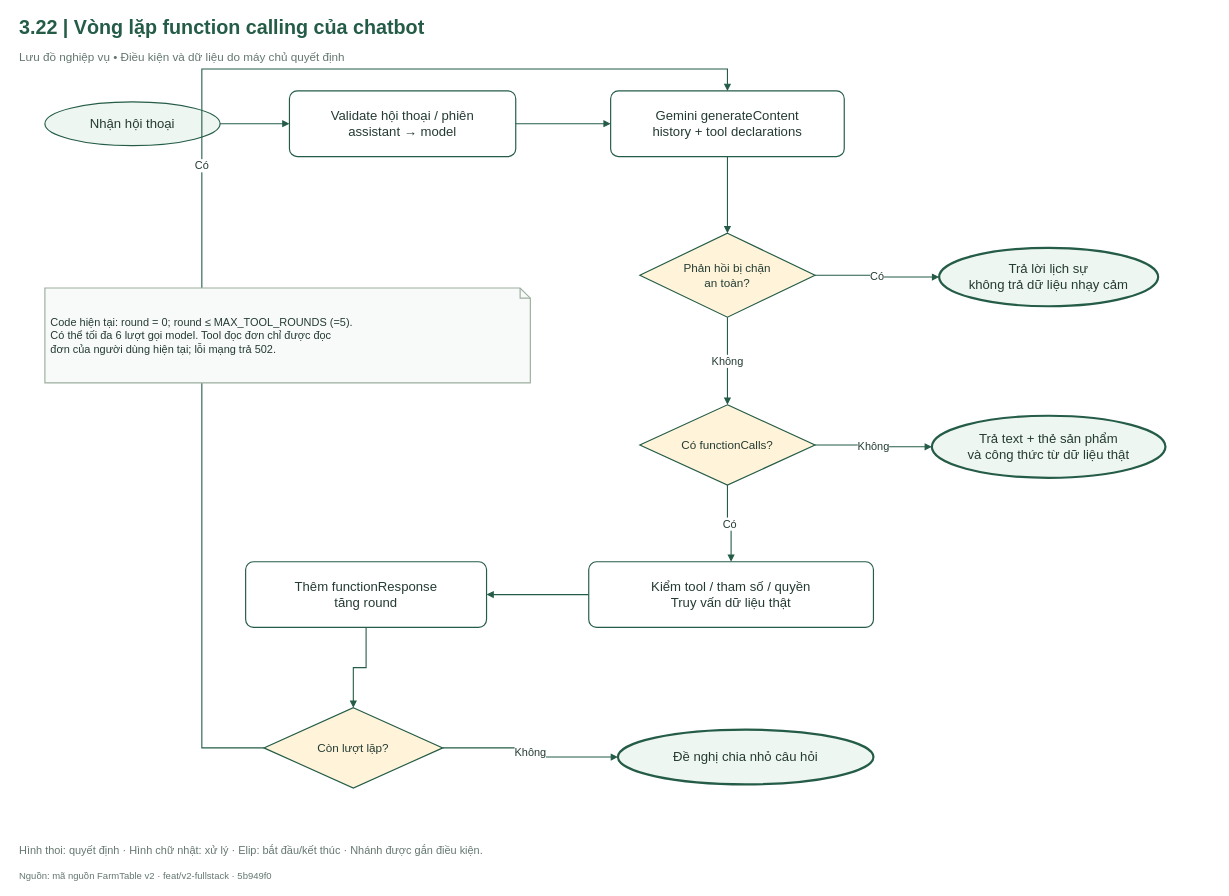
This is FarmTable_Chuong3/So_do_BA/drawio/Hinh_3_22.drawio from hathu1272006-eng/PTWnangcao, a draw.io file, before an edit. Source tidied: cells renumbered, new cells numbered last; positions are measured from the earlier drawing's top-left corner, leaving out a move shared by most shapes. Both pictures are drawn from the tidied source at 73%, with x=0, y=0 at pixel (19, 12).
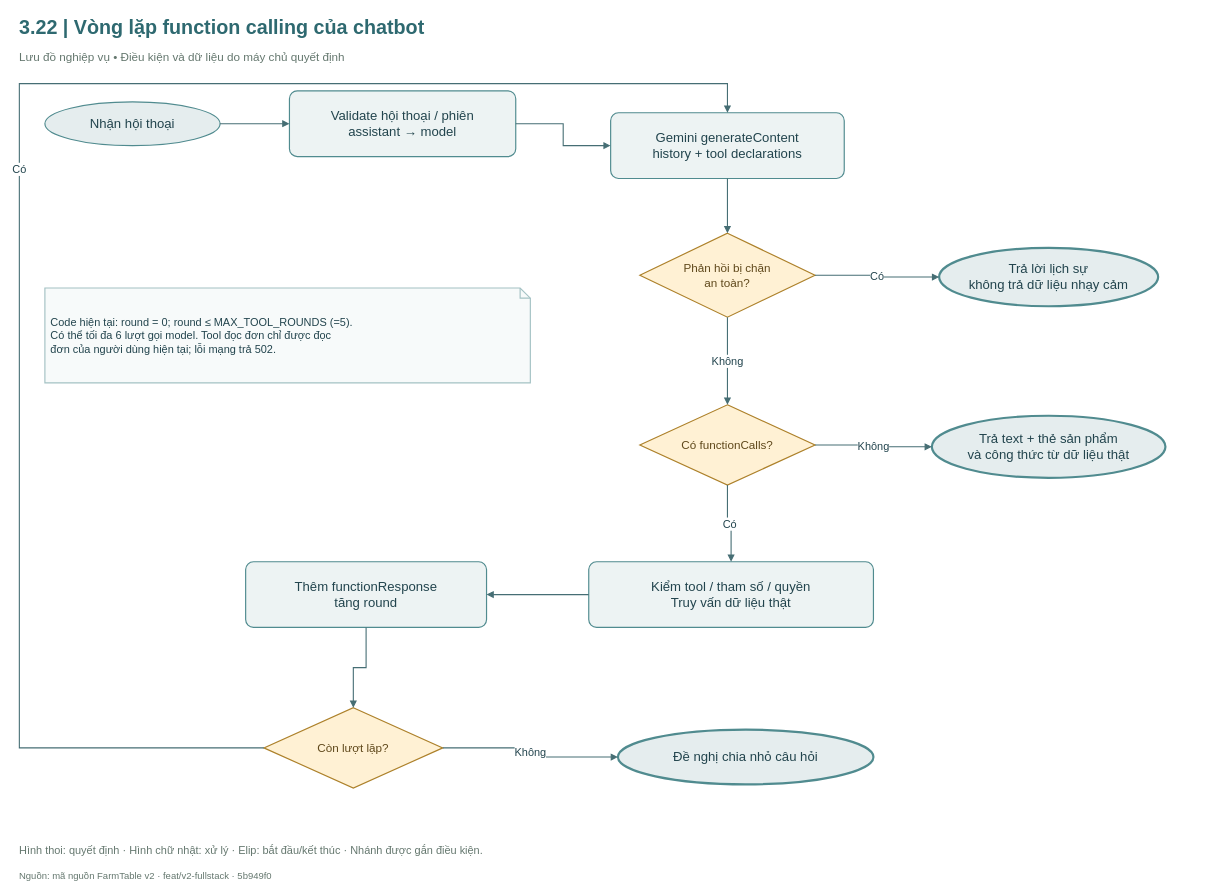
The same page after the edit.

What changed in the source:
```diff
@@
-    <mxCell id="2" value="3.22  |  Vòng lặp function calling của chatbot" style="html=1;whiteSpace=wrap;fontFamily=Arial;fontSize=18;fontColor=#243B32;strokeColor=#245C47;strokeWidth=1.6;fillColor=#FFFFFF;spacing=8;text;strokeColor=none;fillColor=none;align=left;verticalAlign=middle;fontSize=27;fontStyle=1;fontColor=#245C47;spacing=0;" parent="1" vertex="1">
+    <mxCell id="2" value="3.22  |  Vòng lặp function calling của chatbot" style="html=1;whiteSpace=wrap;fontFamily=Arial;fontSize=18;strokeColor=#245C47;strokeWidth=1.6;fillColor=#FFFFFF;spacing=8;text;strokeColor=none;fillColor=none;align=left;verticalAlign=middle;fontSize=27;fontStyle=1;spacing=0;fontColor=#2E6970;" parent="1" vertex="1">
       <mxGeometry width="1640" height="40" as="geometry" />
     </mxCell>
@@
-    <mxCell id="4" value="Nhận hội thoại" style="html=1;whiteSpace=wrap;fontFamily=Arial;fontSize=18;fontColor=#243B32;strokeColor=#245C47;strokeWidth=1.6;fillColor=#FFFFFF;spacing=8;ellipse;fillColor=#EEF6F1;" parent="1" vertex="1">
+    <mxCell id="4" value="Nhận hội thoại" style="html=1;whiteSpace=wrap;fontFamily=Arial;fontSize=18;strokeWidth=1.6;spacing=8;ellipse;fillColor=#E5EDEE;strokeColor=#508B8F;fontColor=#22444D;" parent="1" vertex="1">
       <mxGeometry x="35" y="122" width="240" height="60" as="geometry" />
     </mxCell>
-    <mxCell id="5" value="Validate hội thoại / phiên&lt;br/&gt;assistant → model" style="html=1;whiteSpace=wrap;fontFamily=Arial;fontSize=18;fontColor=#243B32;strokeColor=#245C47;strokeWidth=1.6;fillColor=#FFFFFF;spacing=8;rounded=1;arcSize=12;" parent="1" vertex="1">
+    <mxCell id="5" value="Validate hội thoại / phiên&lt;br/&gt;assistant → model" style="html=1;whiteSpace=wrap;fontFamily=Arial;fontSize=18;strokeWidth=1.6;spacing=8;rounded=1;arcSize=12;fillColor=#EDF3F3;strokeColor=#508B8F;fontColor=#22444D;" parent="1" vertex="1">
       <mxGeometry x="370" y="107" width="310" height="90" as="geometry" />
     </mxCell>
-    <mxCell id="6" value="Gemini generateContent&lt;br/&gt;history + tool declarations" style="html=1;whiteSpace=wrap;fontFamily=Arial;fontSize=18;fontColor=#243B32;strokeColor=#245C47;strokeWidth=1.6;fillColor=#FFFFFF;spacing=8;rounded=1;arcSize=12;" parent="1" vertex="1">
-      <mxGeometry x="810" y="107" width="320" height="90" as="geometry" />
+    <mxCell id="6" value="Gemini generateContent&lt;br/&gt;history + tool declarations" style="html=1;whiteSpace=wrap;fontFamily=Arial;fontSize=18;strokeWidth=1.6;spacing=8;rounded=1;arcSize=12;fillColor=#EDF3F3;strokeColor=#508B8F;fontColor=#22444D;" parent="1" vertex="1">
+      <mxGeometry x="810" y="137" width="320" height="90" as="geometry" />
     </mxCell>
-    <mxCell id="7" value="Phản hồi bị chặn&lt;br/&gt;an toàn?" style="html=1;whiteSpace=wrap;fontFamily=Arial;fontSize=18;fontColor=#243B32;strokeColor=#245C47;strokeWidth=1.6;fillColor=#FFFFFF;spacing=8;rhombus;fillColor=#FFF4DA;fontSize=16;spacing=3;" parent="1" vertex="1">
+    <mxCell id="7" value="Phản hồi bị chặn&lt;br/&gt;an toàn?" style="html=1;whiteSpace=wrap;fontFamily=Arial;fontSize=18;strokeWidth=1.6;spacing=8;rhombus;fontSize=16;spacing=3;fillColor=#FFF1D4;strokeColor=#AD812A;fontColor=#5F481B;" parent="1" vertex="1">
       <mxGeometry x="850" y="302" width="240" height="115" as="geometry" />
     </mxCell>
-    <mxCell id="8" value="Trả lời lịch sự&lt;br/&gt;không trả dữ liệu nhạy cảm" style="html=1;whiteSpace=wrap;fontFamily=Arial;fontSize=18;fontColor=#243B32;strokeColor=#245C47;strokeWidth=1.6;fillColor=#FFFFFF;spacing=8;ellipse;strokeWidth=3;fillColor=#EEF6F1;" parent="1" vertex="1">
+    <mxCell id="8" value="Trả lời lịch sự&lt;br/&gt;không trả dữ liệu nhạy cảm" style="html=1;whiteSpace=wrap;fontFamily=Arial;fontSize=18;strokeWidth=1.6;spacing=8;ellipse;strokeWidth=3;fillColor=#E5EDEE;strokeColor=#508B8F;fontColor=#22444D;" parent="1" vertex="1">
       <mxGeometry x="1260" y="322" width="300" height="80" as="geometry" />
     </mxCell>
-    <mxCell id="9" value="Có functionCalls?" style="html=1;whiteSpace=wrap;fontFamily=Arial;fontSize=18;fontColor=#243B32;strokeColor=#245C47;strokeWidth=1.6;fillColor=#FFFFFF;spacing=8;rhombus;fillColor=#FFF4DA;fontSize=16;spacing=3;" parent="1" vertex="1">
+    <mxCell id="9" value="Có functionCalls?" style="html=1;whiteSpace=wrap;fontFamily=Arial;fontSize=18;strokeWidth=1.6;spacing=8;rhombus;fontSize=16;spacing=3;fillColor=#FFF1D4;strokeColor=#AD812A;fontColor=#5F481B;" parent="1" vertex="1">
       <mxGeometry x="850" y="537" width="240" height="110" as="geometry" />
     </mxCell>
-    <mxCell id="10" value="Trả text + thẻ sản phẩm&lt;br/&gt;và công thức từ dữ liệu thật" style="html=1;whiteSpace=wrap;fontFamily=Arial;fontSize=18;fontColor=#243B32;strokeColor=#245C47;strokeWidth=1.6;fillColor=#FFFFFF;spacing=8;ellipse;strokeWidth=3;fillColor=#EEF6F1;" parent="1" vertex="1">
+    <mxCell id="10" value="Trả text + thẻ sản phẩm&lt;br/&gt;và công thức từ dữ liệu thật" style="html=1;whiteSpace=wrap;fontFamily=Arial;fontSize=18;strokeWidth=1.6;spacing=8;ellipse;strokeWidth=3;fillColor=#E5EDEE;strokeColor=#508B8F;fontColor=#22444D;" parent="1" vertex="1">
       <mxGeometry x="1250" y="552" width="320" height="85" as="geometry" />
     </mxCell>
-    <mxCell id="11" value="Kiểm tool / tham số / quyền&lt;br/&gt;Truy vấn dữ liệu thật" style="html=1;whiteSpace=wrap;fontFamily=Arial;fontSize=18;fontColor=#243B32;strokeColor=#245C47;strokeWidth=1.6;fillColor=#FFFFFF;spacing=8;rounded=1;arcSize=12;" parent="1" vertex="1">
+    <mxCell id="11" value="Kiểm tool / tham số / quyền&lt;br/&gt;Truy vấn dữ liệu thật" style="html=1;whiteSpace=wrap;fontFamily=Arial;fontSize=18;strokeWidth=1.6;spacing=8;rounded=1;arcSize=12;fillColor=#EDF3F3;strokeColor=#508B8F;fontColor=#22444D;" parent="1" vertex="1">
       <mxGeometry x="780" y="752" width="390" height="90" as="geometry" />
     </mxCell>
-    <mxCell id="12" value="Thêm functionResponse&lt;br/&gt;tăng round" style="html=1;whiteSpace=wrap;fontFamily=Arial;fontSize=18;fontColor=#243B32;strokeColor=#245C47;strokeWidth=1.6;fillColor=#FFFFFF;spacing=8;rounded=1;arcSize=12;" parent="1" vertex="1">
+    <mxCell id="12" value="Thêm functionResponse&lt;br/&gt;tăng round" style="html=1;whiteSpace=wrap;fontFamily=Arial;fontSize=18;strokeWidth=1.6;spacing=8;rounded=1;arcSize=12;fillColor=#EDF3F3;strokeColor=#508B8F;fontColor=#22444D;" parent="1" vertex="1">
       <mxGeometry x="310" y="752" width="330" height="90" as="geometry" />
     </mxCell>
-    <mxCell id="13" value="Còn lượt lặp?" style="html=1;whiteSpace=wrap;fontFamily=Arial;fontSize=18;fontColor=#243B32;strokeColor=#245C47;strokeWidth=1.6;fillColor=#FFFFFF;spacing=8;rhombus;fillColor=#FFF4DA;fontSize=16;spacing=3;" parent="1" vertex="1">
+    <mxCell id="13" value="Còn lượt lặp?" style="html=1;whiteSpace=wrap;fontFamily=Arial;fontSize=18;strokeWidth=1.6;spacing=8;rhombus;fontSize=16;spacing=3;fillColor=#FFF1D4;strokeColor=#AD812A;fontColor=#5F481B;" parent="1" vertex="1">
       <mxGeometry x="335" y="952" width="245" height="110" as="geometry" />
     </mxCell>
-    <mxCell id="14" value="Đề nghị chia nhỏ câu hỏi" style="html=1;whiteSpace=wrap;fontFamily=Arial;fontSize=18;fontColor=#243B32;strokeColor=#245C47;strokeWidth=1.6;fillColor=#FFFFFF;spacing=8;ellipse;strokeWidth=3;fillColor=#EEF6F1;" parent="1" vertex="1">
+    <mxCell id="14" value="Đề nghị chia nhỏ câu hỏi" style="html=1;whiteSpace=wrap;fontFamily=Arial;fontSize=18;strokeWidth=1.6;spacing=8;ellipse;strokeWidth=3;fillColor=#E5EDEE;strokeColor=#508B8F;fontColor=#22444D;" parent="1" vertex="1">
       <mxGeometry x="820" y="982" width="350" height="75" as="geometry" />
     </mxCell>
-    <mxCell id="15" style="edgeStyle=orthogonalEdgeStyle;rounded=0;jettySize=20;html=1;fontFamily=Arial;fontSize=15;fontColor=#243B32;labelBackgroundColor=#FFFFFF;strokeColor=#245C47;strokeWidth=1.5;endArrow=block;endFill=1;exitX=1;exitY=0.5;entryX=0;entryY=0.5;exitDx=0;exitDy=0;entryDx=0;entryDy=0;" parent="1" edge="1" source="4" target="5">
+    <mxCell id="15" style="edgeStyle=orthogonalEdgeStyle;rounded=0;jettySize=20;html=1;fontFamily=Arial;fontSize=15;labelBackgroundColor=#FFFFFF;strokeWidth=1.5;endArrow=block;endFill=1;exitX=1;exitY=0.5;entryX=0;entryY=0.5;exitDx=0;exitDy=0;entryDx=0;entryDy=0;strokeColor=#466E74;fontColor=#22444D;" parent="1" edge="1" source="4" target="5">
       <mxGeometry relative="1" as="geometry" />
     </mxCell>
-    <mxCell id="16" style="edgeStyle=orthogonalEdgeStyle;rounded=0;jettySize=20;html=1;fontFamily=Arial;fontSize=15;fontColor=#243B32;labelBackgroundColor=#FFFFFF;strokeColor=#245C47;strokeWidth=1.5;endArrow=block;endFill=1;exitX=1;exitY=0.5;entryX=0;entryY=0.5;exitDx=0;exitDy=0;entryDx=0;entryDy=0;" parent="1" edge="1" source="5" target="6">
+    <mxCell id="16" style="edgeStyle=orthogonalEdgeStyle;rounded=0;jettySize=20;html=1;fontFamily=Arial;fontSize=15;labelBackgroundColor=#FFFFFF;strokeWidth=1.5;endArrow=block;endFill=1;exitX=1;exitY=0.5;entryX=0;entryY=0.5;exitDx=0;exitDy=0;entryDx=0;entryDy=0;strokeColor=#466E74;fontColor=#22444D;" parent="1" edge="1" source="5" target="6">
       <mxGeometry relative="1" as="geometry" />
     </mxCell>
-    <mxCell id="17" style="edgeStyle=orthogonalEdgeStyle;rounded=0;jettySize=20;html=1;fontFamily=Arial;fontSize=15;fontColor=#243B32;labelBackgroundColor=#FFFFFF;strokeColor=#245C47;strokeWidth=1.5;endArrow=block;endFill=1;exitX=0.5;exitY=1;entryX=0.5;entryY=0;exitDx=0;exitDy=0;entryDx=0;entryDy=0;" parent="1" edge="1" source="6" target="7">
+    <mxCell id="17" style="edgeStyle=orthogonalEdgeStyle;rounded=0;jettySize=20;html=1;fontFamily=Arial;fontSize=15;labelBackgroundColor=#FFFFFF;strokeWidth=1.5;endArrow=block;endFill=1;exitX=0.5;exitY=1;entryX=0.5;entryY=0;exitDx=0;exitDy=0;entryDx=0;entryDy=0;strokeColor=#466E74;fontColor=#22444D;" parent="1" edge="1" source="6" target="7">
       <mxGeometry relative="1" as="geometry" />
     </mxCell>
-    <mxCell id="18" value="Có" style="edgeStyle=orthogonalEdgeStyle;rounded=0;jettySize=20;html=1;fontFamily=Arial;fontSize=15;fontColor=#243B32;labelBackgroundColor=#FFFFFF;strokeColor=#245C47;strokeWidth=1.5;endArrow=block;endFill=1;exitX=1;exitY=0.5;entryX=0;entryY=0.5;exitDx=0;exitDy=0;entryDx=0;entryDy=0;" parent="1" edge="1" source="7" target="8">
+    <mxCell id="18" value="Có" style="edgeStyle=orthogonalEdgeStyle;rounded=0;jettySize=20;html=1;fontFamily=Arial;fontSize=15;labelBackgroundColor=#FFFFFF;strokeWidth=1.5;endArrow=block;endFill=1;exitX=1;exitY=0.5;entryX=0;entryY=0.5;exitDx=0;exitDy=0;entryDx=0;entryDy=0;strokeColor=#466E74;fontColor=#22444D;" parent="1" edge="1" source="7" target="8">
       <mxGeometry relative="1" as="geometry" />
     </mxCell>
-    <mxCell id="19" value="Không" style="edgeStyle=orthogonalEdgeStyle;rounded=0;jettySize=20;html=1;fontFamily=Arial;fontSize=15;fontColor=#243B32;labelBackgroundColor=#FFFFFF;strokeColor=#245C47;strokeWidth=1.5;endArrow=block;endFill=1;exitX=0.5;exitY=1;entryX=0.5;entryY=0;exitDx=0;exitDy=0;entryDx=0;entryDy=0;" parent="1" edge="1" source="7" target="9">
+    <mxCell id="19" value="Không" style="edgeStyle=orthogonalEdgeStyle;rounded=0;jettySize=20;html=1;fontFamily=Arial;fontSize=15;labelBackgroundColor=#FFFFFF;strokeWidth=1.5;endArrow=block;endFill=1;exitX=0.5;exitY=1;entryX=0.5;entryY=0;exitDx=0;exitDy=0;entryDx=0;entryDy=0;strokeColor=#466E74;fontColor=#22444D;" parent="1" edge="1" source="7" target="9">
       <mxGeometry relative="1" as="geometry" />
     </mxCell>
-    <mxCell id="20" value="Không" style="edgeStyle=orthogonalEdgeStyle;rounded=0;jettySize=20;html=1;fontFamily=Arial;fontSize=15;fontColor=#243B32;labelBackgroundColor=#FFFFFF;strokeColor=#245C47;strokeWidth=1.5;endArrow=block;endFill=1;exitX=1;exitY=0.5;entryX=0;entryY=0.5;exitDx=0;exitDy=0;entryDx=0;entryDy=0;" parent="1" edge="1" source="9" target="10">
+    <mxCell id="20" value="Không" style="edgeStyle=orthogonalEdgeStyle;rounded=0;jettySize=20;html=1;fontFamily=Arial;fontSize=15;labelBackgroundColor=#FFFFFF;strokeWidth=1.5;endArrow=block;endFill=1;exitX=1;exitY=0.5;entryX=0;entryY=0.5;exitDx=0;exitDy=0;entryDx=0;entryDy=0;strokeColor=#466E74;fontColor=#22444D;" parent="1" edge="1" source="9" target="10">
       <mxGeometry relative="1" as="geometry" />
     </mxCell>
-    <mxCell id="21" value="Có" style="edgeStyle=orthogonalEdgeStyle;rounded=0;jettySize=20;html=1;fontFamily=Arial;fontSize=15;fontColor=#243B32;labelBackgroundColor=#FFFFFF;strokeColor=#245C47;strokeWidth=1.5;endArrow=block;endFill=1;exitX=0.5;exitY=1;entryX=0.5;entryY=0;exitDx=0;exitDy=0;entryDx=0;entryDy=0;" parent="1" edge="1" source="9" target="11">
+    <mxCell id="21" value="Có" style="edgeStyle=orthogonalEdgeStyle;rounded=0;jettySize=20;html=1;fontFamily=Arial;fontSize=15;labelBackgroundColor=#FFFFFF;strokeWidth=1.5;endArrow=block;endFill=1;exitX=0.5;exitY=1;entryX=0.5;entryY=0;exitDx=0;exitDy=0;entryDx=0;entryDy=0;strokeColor=#466E74;fontColor=#22444D;" parent="1" edge="1" source="9" target="11">
       <mxGeometry relative="1" as="geometry" />
     </mxCell>
-    <mxCell id="22" style="edgeStyle=orthogonalEdgeStyle;rounded=0;jettySize=20;html=1;fontFamily=Arial;fontSize=15;fontColor=#243B32;labelBackgroundColor=#FFFFFF;strokeColor=#245C47;strokeWidth=1.5;endArrow=block;endFill=1;exitX=0;exitY=0.5;entryX=1;entryY=0.5;exitDx=0;exitDy=0;entryDx=0;entryDy=0;" parent="1" edge="1" source="11" target="12">
+    <mxCell id="22" style="edgeStyle=orthogonalEdgeStyle;rounded=0;jettySize=20;html=1;fontFamily=Arial;fontSize=15;labelBackgroundColor=#FFFFFF;strokeWidth=1.5;endArrow=block;endFill=1;exitX=0;exitY=0.5;entryX=1;entryY=0.5;exitDx=0;exitDy=0;entryDx=0;entryDy=0;strokeColor=#466E74;fontColor=#22444D;" parent="1" edge="1" source="11" target="12">
       <mxGeometry relative="1" as="geometry" />
     </mxCell>
-    <mxCell id="23" style="edgeStyle=orthogonalEdgeStyle;rounded=0;jettySize=20;html=1;fontFamily=Arial;fontSize=15;fontColor=#243B32;labelBackgroundColor=#FFFFFF;strokeColor=#245C47;strokeWidth=1.5;endArrow=block;endFill=1;exitX=0.5;exitY=1;entryX=0.5;entryY=0;exitDx=0;exitDy=0;entryDx=0;entryDy=0;" parent="1" edge="1" source="12" target="13">
+    <mxCell id="23" style="edgeStyle=orthogonalEdgeStyle;rounded=0;jettySize=20;html=1;fontFamily=Arial;fontSize=15;labelBackgroundColor=#FFFFFF;strokeWidth=1.5;endArrow=block;endFill=1;exitX=0.5;exitY=1;entryX=0.5;entryY=0;exitDx=0;exitDy=0;entryDx=0;entryDy=0;strokeColor=#466E74;fontColor=#22444D;" parent="1" edge="1" source="12" target="13">
       <mxGeometry relative="1" as="geometry" />
     </mxCell>
-    <mxCell id="24" value="Không" style="edgeStyle=orthogonalEdgeStyle;rounded=0;jettySize=20;html=1;fontFamily=Arial;fontSize=15;fontColor=#243B32;labelBackgroundColor=#FFFFFF;strokeColor=#245C47;strokeWidth=1.5;endArrow=block;endFill=1;exitX=1;exitY=0.5;entryX=0;entryY=0.5;exitDx=0;exitDy=0;entryDx=0;entryDy=0;" parent="1" edge="1" source="13" target="14">
+    <mxCell id="24" value="Không" style="edgeStyle=orthogonalEdgeStyle;rounded=0;jettySize=20;html=1;fontFamily=Arial;fontSize=15;labelBackgroundColor=#FFFFFF;strokeWidth=1.5;endArrow=block;endFill=1;exitX=1;exitY=0.5;entryX=0;entryY=0.5;exitDx=0;exitDy=0;entryDx=0;entryDy=0;strokeColor=#466E74;fontColor=#22444D;" parent="1" edge="1" source="13" target="14">
       <mxGeometry relative="1" as="geometry" />
     </mxCell>
-    <mxCell id="25" value="Có" style="edgeStyle=orthogonalEdgeStyle;rounded=0;jettySize=20;html=1;fontFamily=Arial;fontSize=15;fontColor=#243B32;labelBackgroundColor=#FFFFFF;strokeColor=#245C47;strokeWidth=1.5;endArrow=block;endFill=1;exitX=0;exitY=0.5;entryX=0.5;entryY=0;exitDx=0;exitDy=0;entryDx=0;entryDy=0;" parent="1" edge="1" source="13" target="6">
+    <mxCell id="25" value="Có" style="edgeStyle=orthogonalEdgeStyle;rounded=0;jettySize=20;html=1;fontFamily=Arial;fontSize=15;labelBackgroundColor=#FFFFFF;strokeWidth=1.5;endArrow=block;endFill=1;exitX=0;exitY=0.5;entryX=0.5;entryY=0;exitDx=0;exitDy=0;entryDx=0;entryDy=0;strokeColor=#466E74;fontColor=#22444D;" parent="1" edge="1" source="13" target="6">
       <mxGeometry relative="1" as="geometry">
         <Array as="points">
-          <mxPoint x="250" y="1007" />
-          <mxPoint x="250" y="77" />
-          <mxPoint x="970" y="77" />
+          <mxPoint y="1007" />
+          <mxPoint y="97" />
+          <mxPoint x="970" y="97" />
         </Array>
       </mxGeometry>
     </mxCell>
-    <mxCell id="26" value="Code hiện tại: round = 0; round ≤ MAX_TOOL_ROUNDS (=5).&lt;br/&gt;Có thể tối đa 6 lượt gọi model. Tool đọc đơn chỉ được đọc&lt;br/&gt;đơn của người dùng hiện tại; lỗi mạng trả 502." style="html=1;whiteSpace=wrap;fontFamily=Arial;fontSize=18;fontColor=#243B32;strokeColor=#245C47;strokeWidth=1.6;fillColor=#FFFFFF;spacing=8;shape=note;size=14;fillColor=#F8FAF9;strokeColor=#9CAF9F;align=left;fontSize=15;" parent="1" vertex="1">
+    <mxCell id="26" value="Code hiện tại: round = 0; round ≤ MAX_TOOL_ROUNDS (=5).&lt;br/&gt;Có thể tối đa 6 lượt gọi model. Tool đọc đơn chỉ được đọc&lt;br/&gt;đơn của người dùng hiện tại; lỗi mạng trả 502." style="html=1;whiteSpace=wrap;fontFamily=Arial;fontSize=18;strokeWidth=1.6;spacing=8;shape=note;size=14;align=left;fontSize=15;fillColor=#F7FAFA;strokeColor=#A4C2C4;fontColor=#22444D;" parent="1" vertex="1">
       <mxGeometry x="35" y="377" width="665" height="130" as="geometry" />
     </mxCell>
```
